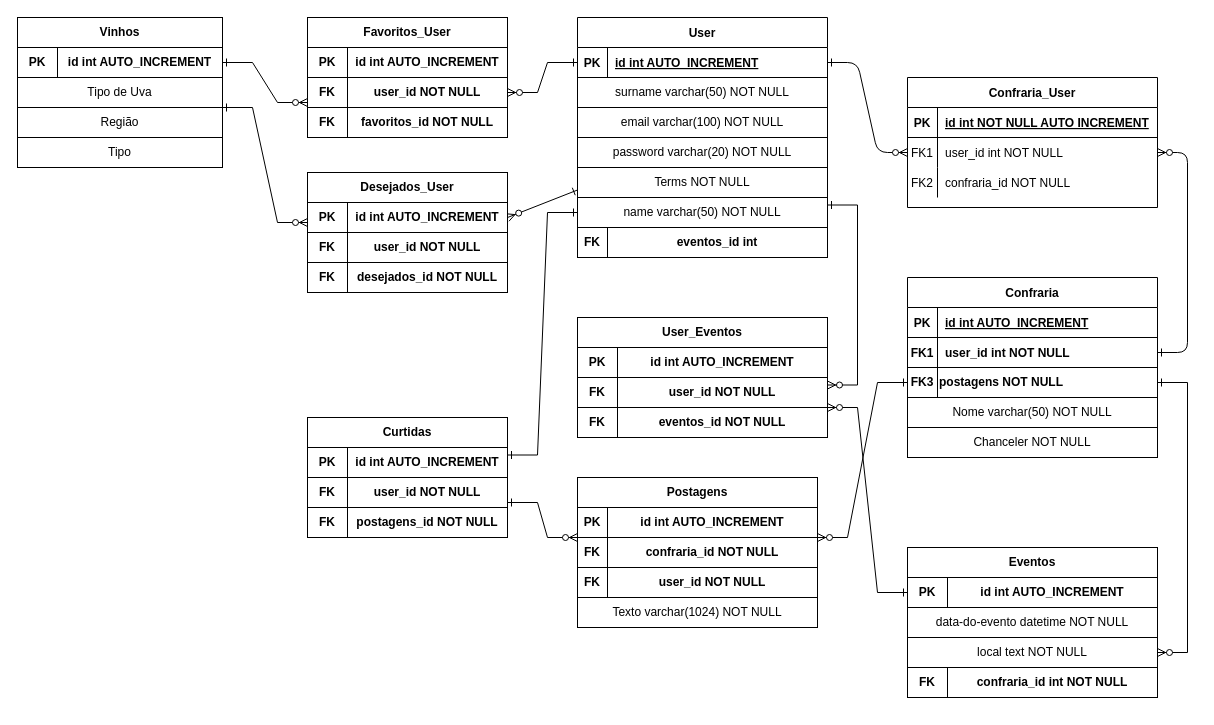
The draw.io diagram ModeloBancoDeDados.drawio in jairocket/projetoIntegrador-Wined, before the edit. Source tidied: cells renumbered, new cells numbered last; positions are measured from the earlier drawing's top-left corner, leaving out a move shared by most shapes. Both pictures are drawn from the tidied source at 100%, with x=0, y=0 at pixel (17, 17).
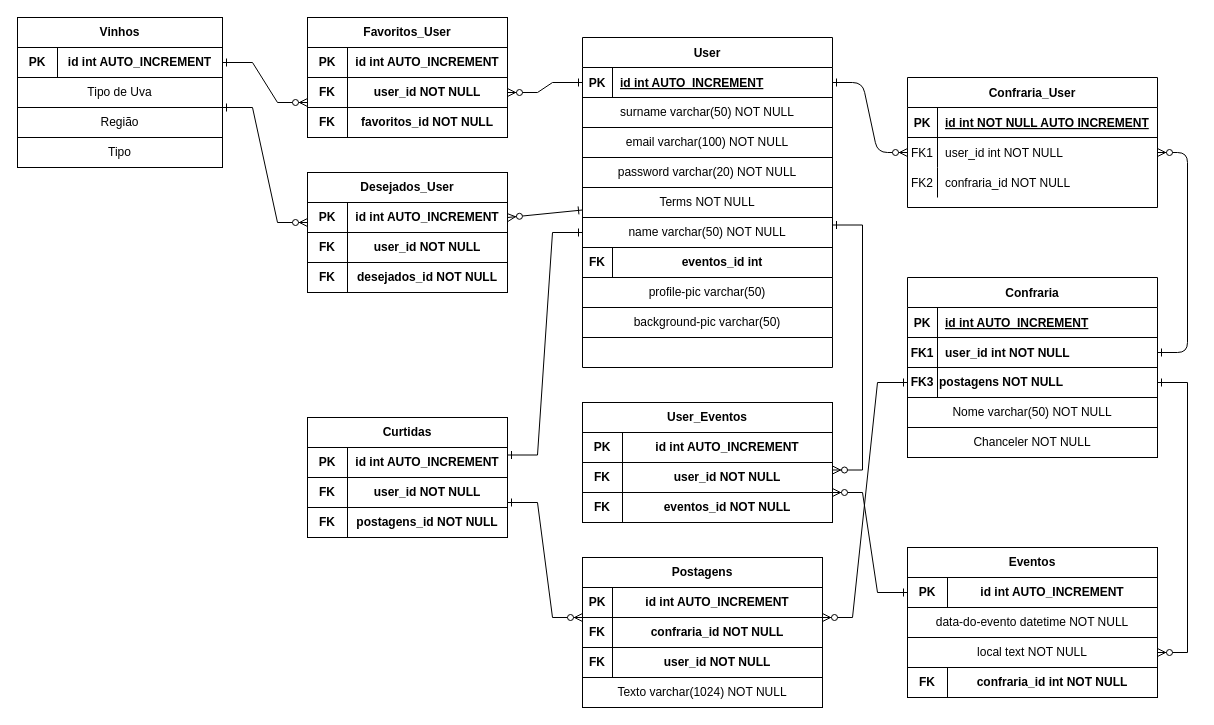
The same page after the edit.

What changed in the source:
```diff
@@
     <mxCell id="20" value="User" style="shape=table;startSize=30;childLayout=tableLayout;rowLines=0;fontStyle=1;align=center;" parent="1" vertex="1">
-      <mxGeometry x="560" width="250" height="90" as="geometry" />
+      <mxGeometry x="565" y="20" width="250" height="90" as="geometry" />
     </mxCell>
@@
     <mxCell id="28" value="surname varchar(50) NOT NULL" style="rounded=0;whiteSpace=wrap;html=1;" parent="1" vertex="1">
-      <mxGeometry x="560" y="60" width="250" height="30" as="geometry" />
+      <mxGeometry x="565" y="80" width="250" height="30" as="geometry" />
     </mxCell>
     <mxCell id="29" value="email varchar(100) NOT NULL" style="rounded=0;whiteSpace=wrap;html=1;" parent="1" vertex="1">
-      <mxGeometry x="560" y="90" width="250" height="30" as="geometry" />
+      <mxGeometry x="565" y="110" width="250" height="30" as="geometry" />
     </mxCell>
     <mxCell id="30" value="password varchar(20) NOT NULL" style="rounded=0;whiteSpace=wrap;html=1;" parent="1" vertex="1">
-      <mxGeometry x="560" y="120" width="250" height="30" as="geometry" />
+      <mxGeometry x="565" y="140" width="250" height="30" as="geometry" />
     </mxCell>
     <mxCell id="31" value="Terms NOT NULL" style="rounded=0;whiteSpace=wrap;html=1;" parent="1" vertex="1">
-      <mxGeometry x="560" y="150" width="250" height="30" as="geometry" />
+      <mxGeometry x="565" y="170" width="250" height="30" as="geometry" />
     </mxCell>
@@
     <mxCell id="43" value="name varchar(50) NOT NULL" style="rounded=0;whiteSpace=wrap;html=1;" parent="1" vertex="1">
-      <mxGeometry x="560" y="180" width="250" height="30" as="geometry" />
+      <mxGeometry x="565" y="200" width="250" height="30" as="geometry" />
     </mxCell>
@@
     <mxCell id="46" value="&lt;b&gt;Postagens&lt;/b&gt;" style="rounded=0;whiteSpace=wrap;html=1;" parent="1" vertex="1">
-      <mxGeometry x="560" y="460" width="240" height="30" as="geometry" />
+      <mxGeometry x="565" y="540" width="240" height="30" as="geometry" />
     </mxCell>
     <mxCell id="47" value="&lt;b&gt;id int AUTO_INCREMENT&lt;/b&gt;" style="rounded=0;whiteSpace=wrap;html=1;" parent="1" vertex="1">
-      <mxGeometry x="590" y="490" width="210" height="30" as="geometry" />
+      <mxGeometry x="595" y="570" width="210" height="30" as="geometry" />
     </mxCell>
     <mxCell id="48" value="&lt;b&gt;PK&lt;/b&gt;" style="rounded=0;whiteSpace=wrap;html=1;" parent="1" vertex="1">
-      <mxGeometry x="560" y="490" width="30" height="30" as="geometry" />
+      <mxGeometry x="565" y="570" width="30" height="30" as="geometry" />
     </mxCell>
     <mxCell id="49" value="&lt;b&gt;user_id NOT NULL&lt;/b&gt;" style="rounded=0;whiteSpace=wrap;html=1;" parent="1" vertex="1">
-      <mxGeometry x="590" y="550" width="210" height="30" as="geometry" />
+      <mxGeometry x="595" y="630" width="210" height="30" as="geometry" />
     </mxCell>
     <mxCell id="50" value="&lt;b&gt;FK&lt;/b&gt;" style="rounded=0;whiteSpace=wrap;html=1;" parent="1" vertex="1">
-      <mxGeometry x="560" y="520" width="30" height="30" as="geometry" />
+      <mxGeometry x="565" y="600" width="30" height="30" as="geometry" />
     </mxCell>
     <mxCell id="51" value="&lt;b&gt;confraria_id NOT NULL&lt;/b&gt;" style="rounded=0;whiteSpace=wrap;html=1;" parent="1" vertex="1">
-      <mxGeometry x="590" y="520" width="210" height="30" as="geometry" />
+      <mxGeometry x="595" y="600" width="210" height="30" as="geometry" />
     </mxCell>
     <mxCell id="52" value="&lt;b&gt;FK&lt;/b&gt;" style="rounded=0;whiteSpace=wrap;html=1;" parent="1" vertex="1">
-      <mxGeometry x="560" y="550" width="30" height="30" as="geometry" />
+      <mxGeometry x="565" y="630" width="30" height="30" as="geometry" />
     </mxCell>
     <mxCell id="53" value="Texto varchar(1024) NOT NULL" style="rounded=0;whiteSpace=wrap;html=1;" parent="1" vertex="1">
-      <mxGeometry x="560" y="580" width="240" height="30" as="geometry" />
+      <mxGeometry x="565" y="660" width="240" height="30" as="geometry" />
     </mxCell>
@@
     <mxCell id="66" value="&lt;b&gt;User_Eventos&lt;/b&gt;" style="rounded=0;whiteSpace=wrap;html=1;" parent="1" vertex="1">
-      <mxGeometry x="560" y="300" width="250" height="30" as="geometry" />
+      <mxGeometry x="565" y="385" width="250" height="30" as="geometry" />
     </mxCell>
     <mxCell id="67" value="&lt;b&gt;id int AUTO_INCREMENT &lt;/b&gt;" style="rounded=0;whiteSpace=wrap;html=1;" parent="1" vertex="1">
-      <mxGeometry x="600" y="330" width="210" height="30" as="geometry" />
+      <mxGeometry x="605" y="415" width="210" height="30" as="geometry" />
     </mxCell>
     <mxCell id="68" value="&lt;b&gt;PK&lt;/b&gt;" style="rounded=0;whiteSpace=wrap;html=1;" parent="1" vertex="1">
-      <mxGeometry x="560" y="330" width="40" height="30" as="geometry" />
+      <mxGeometry x="565" y="415" width="40" height="30" as="geometry" />
     </mxCell>
     <mxCell id="69" value="&lt;b&gt;user_id NOT NULL&lt;/b&gt;" style="rounded=0;whiteSpace=wrap;html=1;" parent="1" vertex="1">
-      <mxGeometry x="600" y="360" width="210" height="30" as="geometry" />
+      <mxGeometry x="605" y="445" width="210" height="30" as="geometry" />
     </mxCell>
     <mxCell id="70" value="&lt;b&gt;eventos_id NOT NULL&lt;/b&gt;" style="rounded=0;whiteSpace=wrap;html=1;" parent="1" vertex="1">
-      <mxGeometry x="600" y="390" width="210" height="30" as="geometry" />
+      <mxGeometry x="605" y="475" width="210" height="30" as="geometry" />
     </mxCell>
     <mxCell id="71" value="&lt;b&gt;FK&lt;/b&gt;" style="rounded=0;whiteSpace=wrap;html=1;" parent="1" vertex="1">
-      <mxGeometry x="560" y="360" width="40" height="30" as="geometry" />
+      <mxGeometry x="565" y="445" width="40" height="30" as="geometry" />
     </mxCell>
     <mxCell id="72" value="&lt;b&gt;FK&lt;/b&gt;" style="rounded=0;whiteSpace=wrap;html=1;" parent="1" vertex="1">
-      <mxGeometry x="560" y="390" width="40" height="30" as="geometry" />
+      <mxGeometry x="565" y="475" width="40" height="30" as="geometry" />
     </mxCell>
     <mxCell id="73" value="&lt;b&gt;eventos_id int&lt;/b&gt;" style="rounded=0;whiteSpace=wrap;html=1;" parent="1" vertex="1">
-      <mxGeometry x="590" y="210" width="220" height="30" as="geometry" />
+      <mxGeometry x="595" y="230" width="220" height="30" as="geometry" />
     </mxCell>
     <mxCell id="74" value="&lt;b&gt;FK&lt;/b&gt;" style="rounded=0;whiteSpace=wrap;html=1;" parent="1" vertex="1">
-      <mxGeometry x="560" y="210" width="30" height="30" as="geometry" />
+      <mxGeometry x="565" y="230" width="30" height="30" as="geometry" />
     </mxCell>
@@
+    <mxCell id="100" style="shape=table;html=1;whiteSpace=wrap;startSize=0;childLayout=tableLayout;" parent="1" vertex="1">
+      <mxGeometry x="565" y="260" width="250" height="30" as="geometry" />
+    </mxCell>
+    <mxCell id="101" style="shape=partialRectangle;html=1;whiteSpace=wrap;fillColor=none;top=0;left=0;bottom=0;right=0;" parent="100" vertex="1">
+      <mxGeometry width="250" height="30" as="geometry" />
+    </mxCell>
+    <mxCell id="102" value="profile-pic varchar(50)" style="shape=partialRectangle;html=1;whiteSpace=wrap;overflow=hidden;fillColor=none;top=0;left=0;bottom=0;right=0;" parent="101" vertex="1">
+      <mxGeometry width="250" height="30" as="geometry" />
+    </mxCell>
+    <mxCell id="103" style="shape=partialRectangle;html=1;whiteSpace=wrap;overflow=hidden;fillColor=none;top=0;left=0;bottom=0;right=0;" parent="1" vertex="1">
+      <mxGeometry x="565" y="290" width="250" height="30" as="geometry" />
+    </mxCell>
+    <mxCell id="104" style="shape=table;html=1;whiteSpace=wrap;startSize=0;childLayout=tableLayout;" parent="1" vertex="1">
+      <mxGeometry x="565" y="290" width="250" height="30" as="geometry" />
+    </mxCell>
+    <mxCell id="105" style="shape=partialRectangle;html=1;whiteSpace=wrap;fillColor=none;top=0;left=0;bottom=0;right=0;" parent="104" vertex="1">
+      <mxGeometry width="250" height="30" as="geometry" />
+    </mxCell>
+    <mxCell id="106" value="background-pic varchar(50)" style="shape=partialRectangle;html=1;whiteSpace=wrap;overflow=hidden;fillColor=none;top=0;left=0;bottom=0;right=0;" parent="105" vertex="1">
+      <mxGeometry width="250" height="30" as="geometry" />
+    </mxCell>
+    <mxCell id="107" style="shape=table;html=1;whiteSpace=wrap;startSize=0;childLayout=tableLayout;" parent="1" vertex="1">
+      <mxGeometry x="565" y="320" width="250" height="30" as="geometry" />
+    </mxCell>
+    <mxCell id="108" style="shape=partialRectangle;html=1;whiteSpace=wrap;fillColor=none;top=0;left=0;bottom=0;right=0;" parent="107" vertex="1">
+      <mxGeometry width="250" height="30" as="geometry" />
+    </mxCell>
+    <mxCell id="109" style="shape=partialRectangle;html=1;whiteSpace=wrap;overflow=hidden;fillColor=none;top=0;left=0;bottom=0;right=0;" parent="108" vertex="1">
+      <mxGeometry width="250" height="30" as="geometry" />
+    </mxCell>
```
